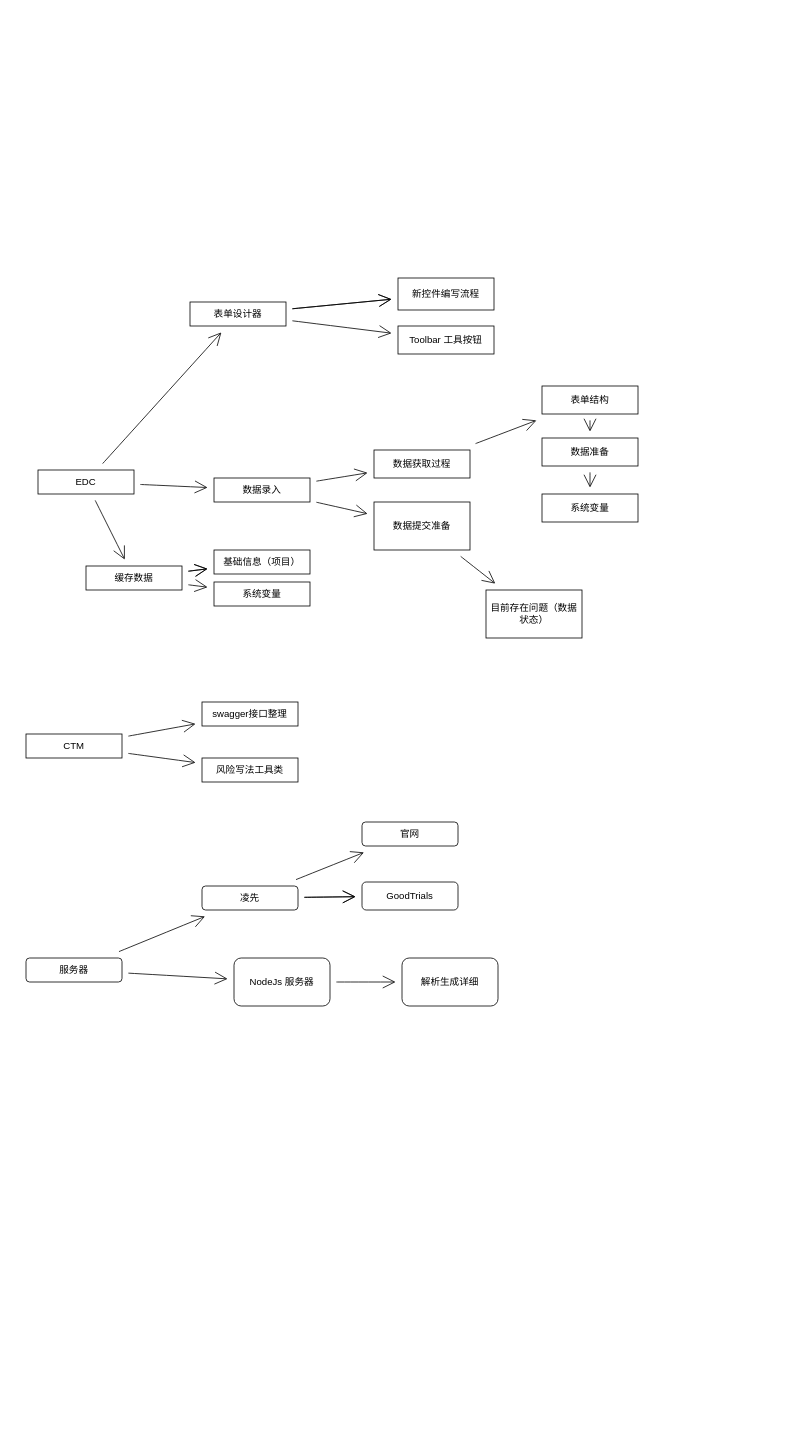
The draw.io diagram Untitled Diagram.drawio in hqbly000/test1, before the edit. Source tidied: cells renumbered, new cells numbered last; positions are measured from the earlier drawing's top-left corner, leaving out a move shared by most shapes. Both pictures are drawn from the tidied source at 80%, with x=0, y=0 at pixel (26, 278).
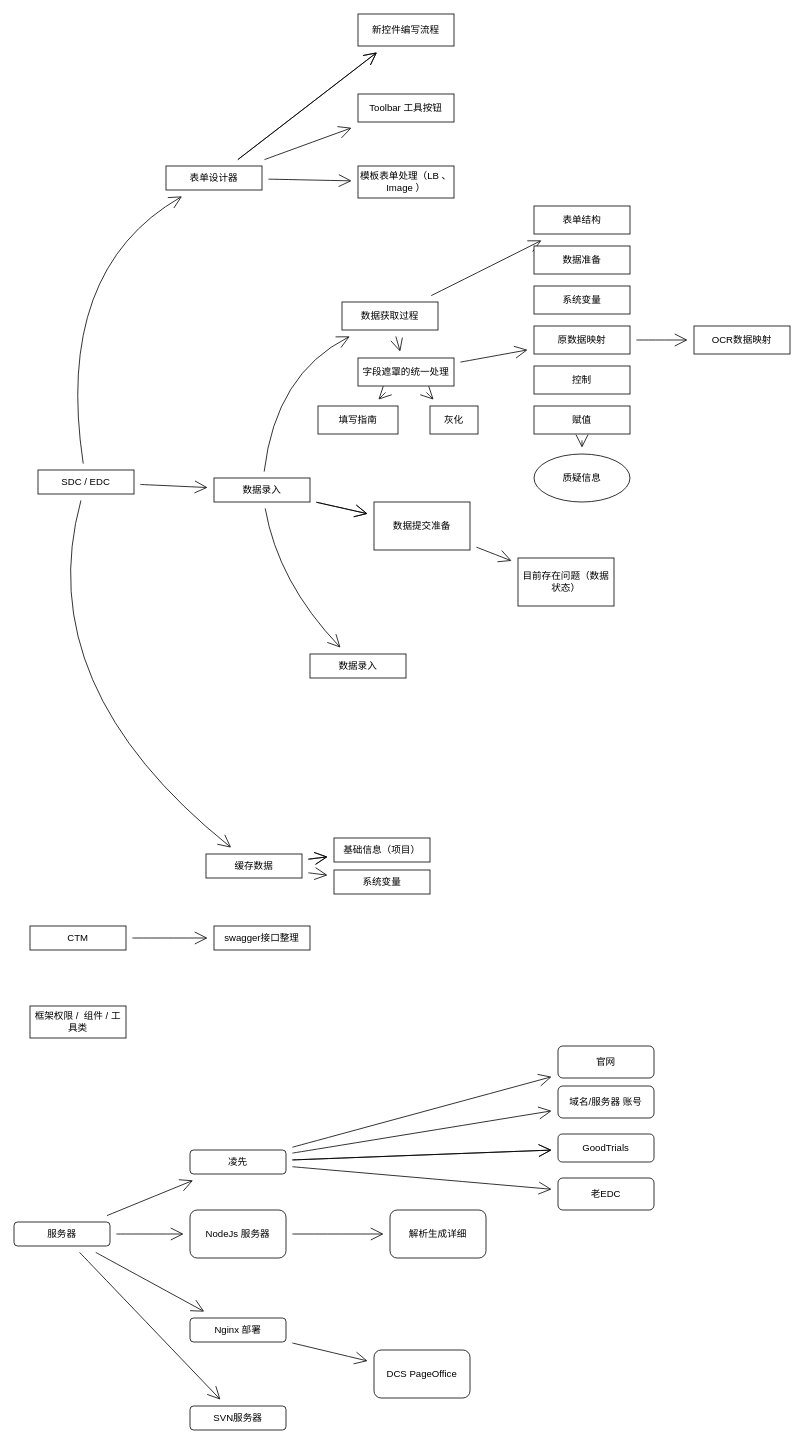
The same page after the edit.

Unchanged cells that the change refers to:
```xml
<mxCell id="12" value="数据录入" style="rounded=0;whiteSpace=wrap;html=1;hachureGap=4;" parent="1" vertex="1">
  <mxGeometry x="235" y="250" width="120" height="30" as="geometry" />
</mxCell>
<mxCell id="34" value="数据提交准备" style="whiteSpace=wrap;html=1;rounded=0;hachureGap=4;" parent="1" vertex="1">
  <mxGeometry x="435" y="280" width="120" height="60" as="geometry" />
</mxCell>
```

The edit, as a diff of the source:
```diff
@@
     <mxCell id="2" style="edgeStyle=none;curved=1;rounded=0;jettySize=auto;html=1;endArrow=open;startSize=14;endSize=14;sourcePerimeterSpacing=8;targetPerimeterSpacing=8;" parent="1" edge="1" source="5" target="9">
-      <mxGeometry relative="1" as="geometry" />
+      <mxGeometry relative="1" as="geometry">
+        <Array as="points">
+          <mxPoint x="35" y="-10" />
+        </Array>
+      </mxGeometry>
     </mxCell>
@@
     <mxCell id="4" style="edgeStyle=none;curved=1;rounded=0;jettySize=auto;html=1;endArrow=open;startSize=14;endSize=14;sourcePerimeterSpacing=8;targetPerimeterSpacing=8;" parent="1" edge="1" source="5" target="45">
-      <mxGeometry relative="1" as="geometry" />
+      <mxGeometry relative="1" as="geometry">
+        <Array as="points">
+          <mxPoint x="5" y="510" />
+        </Array>
+      </mxGeometry>
     </mxCell>
-    <mxCell id="5" value="EDC" style="rounded=0;whiteSpace=wrap;html=1;hachureGap=4;" parent="1" vertex="1">
+    <mxCell id="5" value="SDC / EDC" style="rounded=0;whiteSpace=wrap;html=1;hachureGap=4;" parent="1" vertex="1">
       <mxGeometry x="15" y="240" width="120" height="30" as="geometry" />
     </mxCell>
@@
+    <mxCell id="48" style="edgeStyle=none;curved=1;rounded=0;jettySize=auto;html=1;endArrow=open;startSize=14;endSize=14;sourcePerimeterSpacing=8;targetPerimeterSpacing=8;" parent="1" edge="1" source="9" target="71">
+      <mxGeometry relative="1" as="geometry" />
+    </mxCell>
     <mxCell id="9" value="表单设计器" style="rounded=0;whiteSpace=wrap;html=1;hachureGap=4;" parent="1" vertex="1">
-      <mxGeometry x="205" y="30" width="120" height="30" as="geometry" />
+      <mxGeometry x="175" y="-140" width="120" height="30" as="geometry" />
     </mxCell>
     <mxCell id="10" style="edgeStyle=none;curved=1;rounded=0;jettySize=auto;html=1;endArrow=open;startSize=14;endSize=14;sourcePerimeterSpacing=8;targetPerimeterSpacing=8;" parent="1" edge="1" source="12" target="32">
-      <mxGeometry relative="1" as="geometry" />
+      <mxGeometry relative="1" as="geometry">
+        <Array as="points">
+          <mxPoint x="312" y="120" />
+        </Array>
+      </mxGeometry>
     </mxCell>
@@
+    <mxCell id="49" style="edgeStyle=none;curved=1;rounded=0;jettySize=auto;html=1;endArrow=open;startSize=14;endSize=14;sourcePerimeterSpacing=8;targetPerimeterSpacing=8;" parent="1" edge="1" source="12" target="34">
+      <mxGeometry relative="1" as="geometry" />
+    </mxCell>
+    <mxCell id="50" style="edgeStyle=none;curved=1;rounded=0;jettySize=auto;html=1;endArrow=open;startSize=14;endSize=14;sourcePerimeterSpacing=8;targetPerimeterSpacing=8;" parent="1" edge="1" source="12" target="56">
+      <mxGeometry relative="1" as="geometry">
+        <Array as="points">
+          <mxPoint x="315" y="380" />
+        </Array>
+      </mxGeometry>
+    </mxCell>
@@
+    <mxCell id="51" style="edgeStyle=none;curved=1;rounded=0;jettySize=auto;html=1;endArrow=open;startSize=14;endSize=14;sourcePerimeterSpacing=8;targetPerimeterSpacing=8;" parent="1" edge="1" source="15" target="58">
+      <mxGeometry relative="1" as="geometry" />
+    </mxCell>
+    <mxCell id="52" style="edgeStyle=none;curved=1;rounded=0;jettySize=auto;html=1;endArrow=open;startSize=14;endSize=14;sourcePerimeterSpacing=8;targetPerimeterSpacing=8;" parent="1" edge="1" source="15" target="75">
+      <mxGeometry relative="1" as="geometry" />
+    </mxCell>
     <mxCell id="15" value="服务器" style="rounded=1;whiteSpace=wrap;html=1;hachureGap=4;" parent="1" vertex="1">
-      <mxGeometry y="850" width="120" height="30" as="geometry" />
+      <mxGeometry x="-15" y="1180" width="120" height="30" as="geometry" />
     </mxCell>
@@
+    <mxCell id="53" style="edgeStyle=none;curved=1;rounded=0;jettySize=auto;html=1;endArrow=open;startSize=14;endSize=14;sourcePerimeterSpacing=8;targetPerimeterSpacing=8;" parent="1" edge="1" source="19" target="69">
+      <mxGeometry relative="1" as="geometry" />
+    </mxCell>
+    <mxCell id="54" style="edgeStyle=none;curved=1;rounded=0;jettySize=auto;html=1;endArrow=open;startSize=14;endSize=14;sourcePerimeterSpacing=8;targetPerimeterSpacing=8;" parent="1" edge="1" source="19" target="70">
+      <mxGeometry relative="1" as="geometry" />
+    </mxCell>
     <mxCell id="19" value="凌先" style="whiteSpace=wrap;html=1;rounded=1;hachureGap=4;" parent="1" vertex="1">
-      <mxGeometry x="220" y="760" width="120" height="30" as="geometry" />
+      <mxGeometry x="205" y="1090" width="120" height="30" as="geometry" />
     </mxCell>
     <mxCell id="20" value="官网" style="whiteSpace=wrap;html=1;rounded=1;hachureGap=4;" parent="1" vertex="1">
-      <mxGeometry x="420" y="680" width="120" height="30" as="geometry" />
+      <mxGeometry x="665" y="960" width="120" height="40" as="geometry" />
     </mxCell>
@@
-    <mxCell id="22" style="edgeStyle=none;curved=1;rounded=0;jettySize=auto;html=1;endArrow=open;startSize=14;endSize=14;sourcePerimeterSpacing=8;targetPerimeterSpacing=8;" parent="1" edge="1" source="23" target="25">
-      <mxGeometry relative="1" as="geometry" />
-    </mxCell>
     <mxCell id="23" value="CTM" style="rounded=0;whiteSpace=wrap;html=1;hachureGap=4;" parent="1" vertex="1">
-      <mxGeometry y="570" width="120" height="30" as="geometry" />
+      <mxGeometry x="5" y="810" width="120" height="30" as="geometry" />
     </mxCell>
     <mxCell id="24" value="swagger接口整理" style="rounded=0;whiteSpace=wrap;html=1;hachureGap=4;" parent="1" vertex="1">
-      <mxGeometry x="220" y="530" width="120" height="30" as="geometry" />
+      <mxGeometry x="235" y="810" width="120" height="30" as="geometry" />
     </mxCell>
-    <mxCell id="25" value="风险写法工具类" style="rounded=0;whiteSpace=wrap;html=1;hachureGap=4;" parent="1" vertex="1">
-      <mxGeometry x="220" y="600" width="120" height="30" as="geometry" />
+    <mxCell id="25" value="框架权限 /&amp;nbsp; 组件 / 工具类" style="rounded=0;whiteSpace=wrap;html=1;hachureGap=4;" parent="1" vertex="1">
+      <mxGeometry x="5" y="910" width="120" height="40" as="geometry" />
     </mxCell>
     <mxCell id="26" value="GoodTrials" style="whiteSpace=wrap;html=1;rounded=1;hachureGap=4;" parent="1" vertex="1">
-      <mxGeometry x="420" y="755" width="120" height="35" as="geometry" />
+      <mxGeometry x="665" y="1070" width="120" height="35" as="geometry" />
     </mxCell>
@@
     <mxCell id="28" value="NodeJs 服务器" style="whiteSpace=wrap;html=1;rounded=1;hachureGap=4;" parent="1" vertex="1">
-      <mxGeometry x="260" y="850" width="120" height="60" as="geometry" />
+      <mxGeometry x="205" y="1165" width="120" height="60" as="geometry" />
     </mxCell>
     <mxCell id="29" value="解析生成详细" style="whiteSpace=wrap;html=1;rounded=1;hachureGap=4;" parent="1" vertex="1">
-      <mxGeometry x="470" y="850" width="120" height="60" as="geometry" />
+      <mxGeometry x="455" y="1165" width="120" height="60" as="geometry" />
     </mxCell>
     <mxCell id="30" value="新控件编写流程" style="rounded=0;whiteSpace=wrap;html=1;hachureGap=4;" parent="1" vertex="1">
-      <mxGeometry x="465" width="120" height="40" as="geometry" />
+      <mxGeometry x="415" y="-330" width="120" height="40" as="geometry" />
     </mxCell>
     <mxCell id="31" style="edgeStyle=none;curved=1;rounded=0;jettySize=auto;html=1;endArrow=open;startSize=14;endSize=14;sourcePerimeterSpacing=8;targetPerimeterSpacing=8;" parent="1" edge="1" source="32" target="38">
-      <mxGeometry relative="1" as="geometry" />
+      <mxGeometry relative="1" as="geometry">
+        <Array as="points">
+          <mxPoint x="555" y="-2" />
+        </Array>
+      </mxGeometry>
     </mxCell>
+    <mxCell id="55" style="edgeStyle=none;curved=1;rounded=0;jettySize=auto;html=1;endArrow=open;startSize=14;endSize=14;sourcePerimeterSpacing=8;targetPerimeterSpacing=8;" parent="1" edge="1" source="32" target="65">
+      <mxGeometry relative="1" as="geometry" />
+    </mxCell>
     <mxCell id="32" value="数据获取过程" style="whiteSpace=wrap;html=1;rounded=0;hachureGap=4;" parent="1" vertex="1">
-      <mxGeometry x="435" y="215" width="120" height="35" as="geometry" />
+      <mxGeometry x="395" y="30" width="120" height="35" as="geometry" />
     </mxCell>
@@
     <mxCell id="35" value="目前存在问题（数据状态）" style="whiteSpace=wrap;html=1;rounded=0;hachureGap=4;" parent="1" vertex="1">
-      <mxGeometry x="575" y="390" width="120" height="60" as="geometry" />
+      <mxGeometry x="615" y="350" width="120" height="60" as="geometry" />
     </mxCell>
     <mxCell id="36" value="Toolbar 工具按钮" style="whiteSpace=wrap;html=1;rounded=0;hachureGap=4;" parent="1" vertex="1">
-      <mxGeometry x="465" y="60" width="120" height="35" as="geometry" />
+      <mxGeometry x="415" y="-230" width="120" height="35" as="geometry" />
     </mxCell>
-    <mxCell id="37" style="edgeStyle=none;curved=1;rounded=0;jettySize=auto;html=1;endArrow=open;startSize=14;endSize=14;sourcePerimeterSpacing=8;targetPerimeterSpacing=8;" parent="1" edge="1" source="38" target="40">
-      <mxGeometry relative="1" as="geometry" />
-    </mxCell>
     <mxCell id="38" value="表单结构" style="whiteSpace=wrap;html=1;rounded=0;hachureGap=4;" parent="1" vertex="1">
-      <mxGeometry x="645" y="135" width="120" height="35" as="geometry" />
+      <mxGeometry x="635" y="-90" width="120" height="35" as="geometry" />
     </mxCell>
-    <mxCell id="39" style="edgeStyle=none;curved=1;rounded=0;jettySize=auto;html=1;endArrow=open;startSize=14;endSize=14;sourcePerimeterSpacing=8;targetPerimeterSpacing=8;" parent="1" edge="1" source="40" target="41">
-      <mxGeometry relative="1" as="geometry" />
-    </mxCell>
     <mxCell id="40" value="数据准备" style="whiteSpace=wrap;html=1;rounded=0;hachureGap=4;" parent="1" vertex="1">
-      <mxGeometry x="645" y="200" width="120" height="35" as="geometry" />
+      <mxGeometry x="635" y="-40" width="120" height="35" as="geometry" />
     </mxCell>
     <mxCell id="41" value="系统变量" style="whiteSpace=wrap;html=1;rounded=0;hachureGap=4;" parent="1" vertex="1">
-      <mxGeometry x="645" y="270" width="120" height="35" as="geometry" />
+      <mxGeometry x="635" y="10" width="120" height="35" as="geometry" />
     </mxCell>
@@
     <mxCell id="45" value="缓存数据" style="rounded=0;whiteSpace=wrap;html=1;hachureGap=4;" parent="1" vertex="1">
-      <mxGeometry x="75" y="360" width="120" height="30" as="geometry" />
+      <mxGeometry x="225" y="720" width="120" height="30" as="geometry" />
     </mxCell>
     <mxCell id="46" value="基础信息（项目）" style="rounded=0;whiteSpace=wrap;html=1;hachureGap=4;" parent="1" vertex="1">
-      <mxGeometry x="235" y="340" width="120" height="30" as="geometry" />
+      <mxGeometry x="385" y="700" width="120" height="30" as="geometry" />
     </mxCell>
     <mxCell id="47" value="系统变量" style="rounded=0;whiteSpace=wrap;html=1;hachureGap=4;" parent="1" vertex="1">
-      <mxGeometry x="235" y="380" width="120" height="30" as="geometry" />
+      <mxGeometry x="385" y="740" width="120" height="30" as="geometry" />
     </mxCell>
+    <mxCell id="56" value="数据录入" style="rounded=0;whiteSpace=wrap;html=1;hachureGap=4;" parent="1" vertex="1">
+      <mxGeometry x="355" y="470" width="120" height="30" as="geometry" />
+    </mxCell>
+    <mxCell id="57" style="edgeStyle=none;curved=1;rounded=0;jettySize=auto;html=1;endArrow=open;startSize=14;endSize=14;sourcePerimeterSpacing=8;targetPerimeterSpacing=8;" parent="1" edge="1" source="58" target="68">
+      <mxGeometry relative="1" as="geometry" />
+    </mxCell>
+    <mxCell id="58" value="Nginx 部署" style="rounded=1;whiteSpace=wrap;html=1;hachureGap=4;" parent="1" vertex="1">
+      <mxGeometry x="205" y="1300" width="120" height="30" as="geometry" />
+    </mxCell>
+    <mxCell id="59" value="控制" style="whiteSpace=wrap;html=1;rounded=0;hachureGap=4;" parent="1" vertex="1">
+      <mxGeometry x="635" y="110" width="120" height="35" as="geometry" />
+    </mxCell>
+    <mxCell id="60" style="edgeStyle=none;curved=1;rounded=0;jettySize=auto;html=1;endArrow=open;startSize=14;endSize=14;sourcePerimeterSpacing=8;targetPerimeterSpacing=8;" parent="1" edge="1" source="61" target="73">
+      <mxGeometry relative="1" as="geometry" />
+    </mxCell>
+    <mxCell id="61" value="赋值" style="whiteSpace=wrap;html=1;rounded=0;hachureGap=4;" parent="1" vertex="1">
+      <mxGeometry x="635" y="160" width="120" height="35" as="geometry" />
+    </mxCell>
+    <mxCell id="62" style="edgeStyle=none;curved=1;rounded=0;jettySize=auto;html=1;endArrow=open;startSize=14;endSize=14;sourcePerimeterSpacing=8;targetPerimeterSpacing=8;" parent="1" edge="1" source="65" target="74">
+      <mxGeometry relative="1" as="geometry" />
+    </mxCell>
+    <mxCell id="63" style="edgeStyle=none;curved=1;rounded=0;jettySize=auto;html=1;endArrow=open;startSize=14;endSize=14;sourcePerimeterSpacing=8;targetPerimeterSpacing=8;" parent="1" edge="1" source="65" target="67">
+      <mxGeometry relative="1" as="geometry" />
+    </mxCell>
+    <mxCell id="64" style="edgeStyle=none;curved=1;rounded=0;jettySize=auto;html=1;endArrow=open;startSize=14;endSize=14;sourcePerimeterSpacing=8;targetPerimeterSpacing=8;" parent="1" edge="1" source="65" target="76">
+      <mxGeometry relative="1" as="geometry" />
+    </mxCell>
+    <mxCell id="65" value="字段遮罩的统一处理" style="whiteSpace=wrap;html=1;rounded=0;hachureGap=4;" parent="1" vertex="1">
+      <mxGeometry x="415" y="100" width="120" height="35" as="geometry" />
+    </mxCell>
+    <mxCell id="66" style="edgeStyle=none;curved=1;rounded=0;jettySize=auto;html=1;endArrow=open;startSize=14;endSize=14;sourcePerimeterSpacing=8;targetPerimeterSpacing=8;" parent="1" edge="1" source="67" target="72">
+      <mxGeometry relative="1" as="geometry" />
+    </mxCell>
+    <mxCell id="67" value="原数据映射" style="whiteSpace=wrap;html=1;rounded=0;hachureGap=4;" parent="1" vertex="1">
+      <mxGeometry x="635" y="60" width="120" height="35" as="geometry" />
+    </mxCell>
+    <mxCell id="68" value="DCS PageOffice" style="whiteSpace=wrap;html=1;rounded=1;hachureGap=4;" parent="1" vertex="1">
+      <mxGeometry x="435" y="1340" width="120" height="60" as="geometry" />
+    </mxCell>
+    <mxCell id="69" value="老EDC" style="whiteSpace=wrap;html=1;rounded=1;hachureGap=4;" parent="1" vertex="1">
+      <mxGeometry x="665" y="1125" width="120" height="40" as="geometry" />
+    </mxCell>
+    <mxCell id="70" value="域名/服务器 账号" style="whiteSpace=wrap;html=1;rounded=1;hachureGap=4;" parent="1" vertex="1">
+      <mxGeometry x="665" y="1010" width="120" height="40" as="geometry" />
+    </mxCell>
+    <mxCell id="71" value="模板表单处理（LB 、Image ）" style="rounded=0;whiteSpace=wrap;html=1;hachureGap=4;" parent="1" vertex="1">
+      <mxGeometry x="415" y="-140" width="120" height="40" as="geometry" />
+    </mxCell>
+    <mxCell id="72" value="OCR数据映射" style="whiteSpace=wrap;html=1;rounded=0;hachureGap=4;" parent="1" vertex="1">
+      <mxGeometry x="835" y="60" width="120" height="35" as="geometry" />
+    </mxCell>
+    <mxCell id="73" value="质疑信息" style="ellipse;whiteSpace=wrap;html=1;rounded=0;hachureGap=4;" parent="1" vertex="1">
+      <mxGeometry x="635" y="220" width="120" height="60" as="geometry" />
+    </mxCell>
+    <mxCell id="74" value="填写指南" style="whiteSpace=wrap;html=1;rounded=0;hachureGap=4;" parent="1" vertex="1">
+      <mxGeometry x="365" y="160" width="100" height="35" as="geometry" />
+    </mxCell>
+    <mxCell id="75" value="SVN服务器" style="rounded=1;whiteSpace=wrap;html=1;hachureGap=4;" parent="1" vertex="1">
+      <mxGeometry x="205" y="1410" width="120" height="30" as="geometry" />
+    </mxCell>
+    <mxCell id="76" value="灰化" style="whiteSpace=wrap;html=1;rounded=0;hachureGap=4;" parent="1" vertex="1">
+      <mxGeometry x="505" y="160" width="60" height="35" as="geometry" />
+    </mxCell>
```
